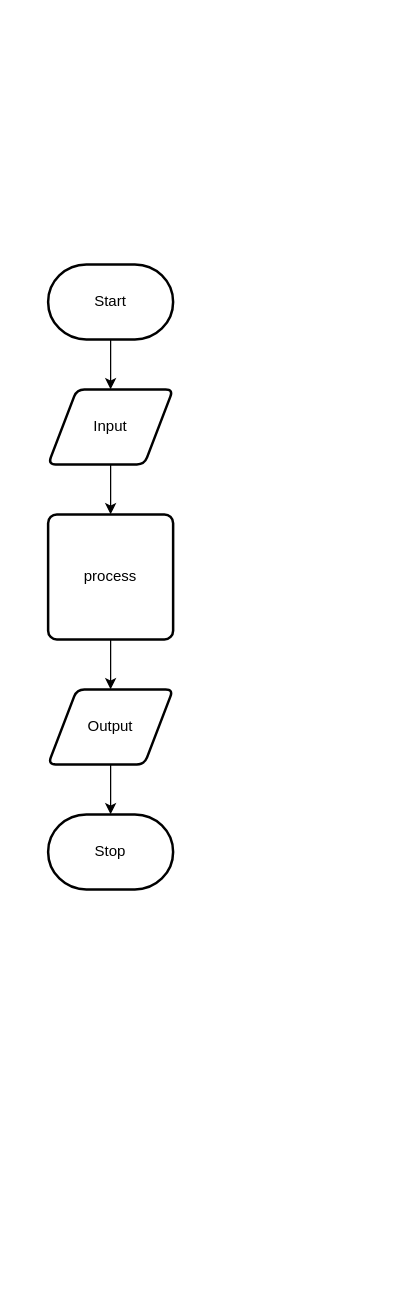
Before: design/flow-chart.drawio in ekaterina-chernykh/ICS20-Unit-5-02, a draw.io diagram. Source tidied: cells renumbered, new cells numbered last; positions are measured from the earlier drawing's top-left corner, leaving out a move shared by most shapes. Both pictures are drawn from the tidied source at 125%, with x=0, y=0 at pixel (48, 264).
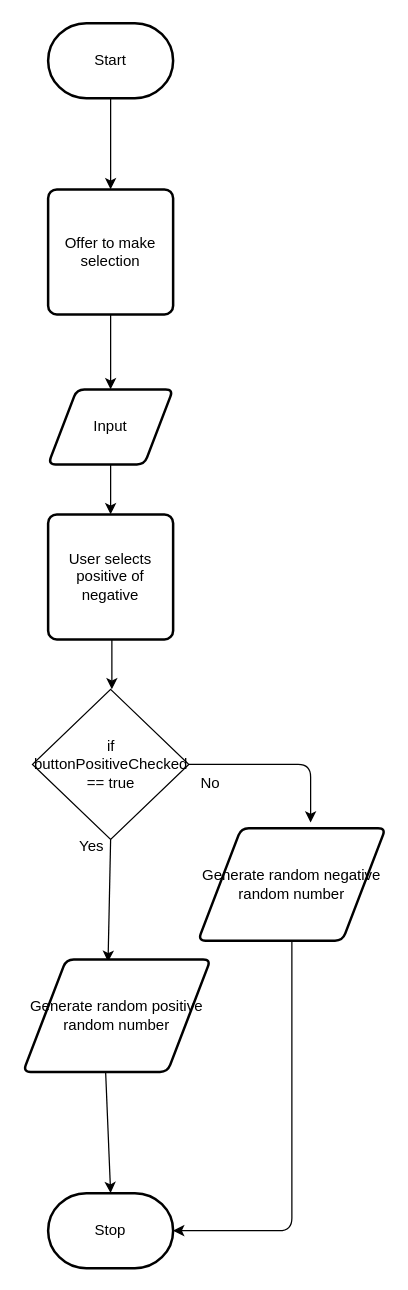
The same diagram, later.

Commit message (it also covers changes not shown here):
flowchart and storyboard

The change refers to these unchanged cells:
```xml
<mxCell id="5" value="Input" style="shape=parallelogram;html=1;strokeWidth=2;perimeter=parallelogramPerimeter;whiteSpace=wrap;rounded=1;arcSize=12;size=0.23;" parent="1" vertex="1">
  <mxGeometry y="100" width="100" height="60" as="geometry" />
</mxCell>
```

The edit, as a diff of the source:
```diff
@@
-    <mxCell id="2" style="edgeStyle=none;html=1;" parent="1" edge="1" source="3" target="5">
-      <mxGeometry relative="1" as="geometry" />
-    </mxCell>
+    <mxCell id="8" style="edgeStyle=none;html=1;exitX=0.5;exitY=1;exitDx=0;exitDy=0;" parent="1" edge="1" source="17" target="5">
+      <mxGeometry relative="1" as="geometry" />
+    </mxCell>
+    <mxCell id="11" style="edgeStyle=none;html=1;exitX=0.5;exitY=1;exitDx=0;exitDy=0;exitPerimeter=0;entryX=0.5;entryY=0;entryDx=0;entryDy=0;" parent="1" edge="1" source="3" target="17">
+      <mxGeometry relative="1" as="geometry" />
+    </mxCell>
     <mxCell id="3" value="Start" style="strokeWidth=2;html=1;shape=mxgraph.flowchart.terminator;whiteSpace=wrap;" parent="1" vertex="1">
-      <mxGeometry width="100" height="60" as="geometry" />
+      <mxGeometry y="-193" width="100" height="60" as="geometry" />
     </mxCell>
-    <mxCell id="4" style="edgeStyle=none;html=1;" parent="1" edge="1" source="5" target="7">
-      <mxGeometry relative="1" as="geometry" />
-    </mxCell>
+    <mxCell id="12" style="edgeStyle=none;html=1;" parent="1" edge="1" source="5" target="14">
+      <mxGeometry relative="1" as="geometry" />
+    </mxCell>
@@
-    <mxCell id="6" style="edgeStyle=none;html=1;" parent="1" edge="1" source="7" target="9">
-      <mxGeometry relative="1" as="geometry" />
-    </mxCell>
-    <mxCell id="7" value="process" style="rounded=1;whiteSpace=wrap;html=1;absoluteArcSize=1;arcSize=14;strokeWidth=2;" parent="1" vertex="1">
-      <mxGeometry y="200" width="100" height="100" as="geometry" />
-    </mxCell>
-    <mxCell id="8" style="edgeStyle=none;html=1;" parent="1" edge="1" source="9" target="10">
-      <mxGeometry relative="1" as="geometry" />
-    </mxCell>
-    <mxCell id="9" value="Output" style="shape=parallelogram;html=1;strokeWidth=2;perimeter=parallelogramPerimeter;whiteSpace=wrap;rounded=1;arcSize=12;size=0.23;" parent="1" vertex="1">
-      <mxGeometry y="340" width="100" height="60" as="geometry" />
-    </mxCell>
+    <mxCell id="13" style="edgeStyle=none;html=1;" parent="1" edge="1">
+      <mxGeometry relative="1" as="geometry">
+        <mxPoint x="51" y="300" as="sourcePoint" />
+        <mxPoint x="51" y="340" as="targetPoint" />
+      </mxGeometry>
+    </mxCell>
+    <mxCell id="14" value="User selects positive of negative" style="rounded=1;whiteSpace=wrap;html=1;absoluteArcSize=1;arcSize=14;strokeWidth=2;" parent="1" vertex="1">
+      <mxGeometry y="200" width="100" height="100" as="geometry" />
+    </mxCell>
+    <mxCell id="15" style="edgeStyle=none;html=1;exitX=0.5;exitY=1;exitDx=0;exitDy=0;entryX=1;entryY=0.5;entryDx=0;entryDy=0;entryPerimeter=0;" parent="1" edge="1" source="16" target="10">
+      <mxGeometry relative="1" as="geometry">
+        <Array as="points">
+          <mxPoint x="195" y="773" />
+        </Array>
+      </mxGeometry>
+    </mxCell>
+    <mxCell id="16" value="Generate random negative random number" style="shape=parallelogram;html=1;strokeWidth=2;perimeter=parallelogramPerimeter;whiteSpace=wrap;rounded=1;arcSize=12;size=0.23;" parent="1" vertex="1">
+      <mxGeometry x="120" y="451" width="150" height="90" as="geometry" />
+    </mxCell>
     <mxCell id="10" value="Stop" style="strokeWidth=2;html=1;shape=mxgraph.flowchart.terminator;whiteSpace=wrap;" parent="1" vertex="1">
-      <mxGeometry y="440" width="100" height="60" as="geometry" />
+      <mxGeometry y="743" width="100" height="60" as="geometry" />
     </mxCell>
+    <mxCell id="17" value="Offer to make selection" style="rounded=1;whiteSpace=wrap;html=1;absoluteArcSize=1;arcSize=14;strokeWidth=2;" parent="1" vertex="1">
+      <mxGeometry y="-60" width="100" height="100" as="geometry" />
+    </mxCell>
+    <mxCell id="18" style="edgeStyle=none;html=1;exitX=1;exitY=0.5;exitDx=0;exitDy=0;entryX=0.6;entryY=-0.05;entryDx=0;entryDy=0;entryPerimeter=0;" parent="1" edge="1" source="20" target="16">
+      <mxGeometry relative="1" as="geometry">
+        <Array as="points">
+          <mxPoint x="210" y="400" />
+        </Array>
+      </mxGeometry>
+    </mxCell>
+    <mxCell id="19" style="edgeStyle=none;html=1;exitX=0.5;exitY=1;exitDx=0;exitDy=0;entryX=0.453;entryY=0.022;entryDx=0;entryDy=0;entryPerimeter=0;" parent="1" edge="1" source="20" target="24">
+      <mxGeometry relative="1" as="geometry" />
+    </mxCell>
+    <mxCell id="20" value="if buttonPositiveChecked == true" style="rhombus;whiteSpace=wrap;html=1;" parent="1" vertex="1">
+      <mxGeometry x="-12.5" y="340" width="125" height="120" as="geometry" />
+    </mxCell>
+    <mxCell id="21" style="edgeStyle=none;html=1;exitX=0.75;exitY=0;exitDx=0;exitDy=0;entryX=0.5;entryY=0;entryDx=0;entryDy=0;entryPerimeter=0;" parent="1" edge="1" target="10">
+      <mxGeometry relative="1" as="geometry">
+        <mxPoint x="46" y="646" as="sourcePoint" />
+      </mxGeometry>
+    </mxCell>
+    <mxCell id="22" value="No" style="text;html=1;strokeColor=none;fillColor=none;align=center;verticalAlign=middle;whiteSpace=wrap;rounded=0;" parent="1" vertex="1">
+      <mxGeometry x="100" y="400" width="60" height="30" as="geometry" />
+    </mxCell>
+    <mxCell id="23" value="Yes" style="text;html=1;strokeColor=none;fillColor=none;align=center;verticalAlign=middle;whiteSpace=wrap;rounded=0;" parent="1" vertex="1">
+      <mxGeometry x="5" y="451" width="60" height="30" as="geometry" />
+    </mxCell>
+    <mxCell id="24" value="Generate random positive random number" style="shape=parallelogram;html=1;strokeWidth=2;perimeter=parallelogramPerimeter;whiteSpace=wrap;rounded=1;arcSize=12;size=0.23;" parent="1" vertex="1">
+      <mxGeometry x="-20" y="556" width="150" height="90" as="geometry" />
+    </mxCell>
```
